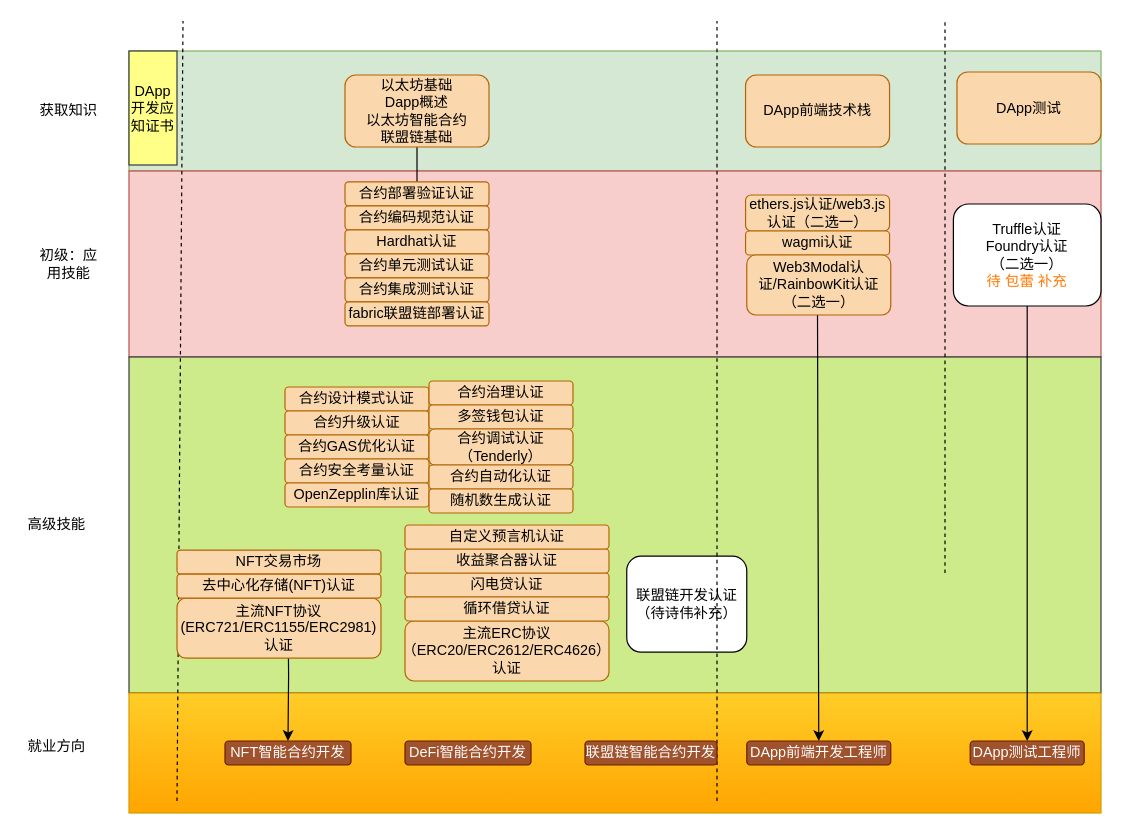
luuuuo/bid-master keeps this draw.io diagram as docs/Dapp_learning_roadmap.drawio. Above is the earlier version. Source tidied: cells renumbered, new cells numbered last; positions are measured from the earlier drawing's top-left corner, leaving out a move shared by most shapes. Both pictures are drawn from the tidied source at 120%, with x=0, y=0 at pixel (20, 20).
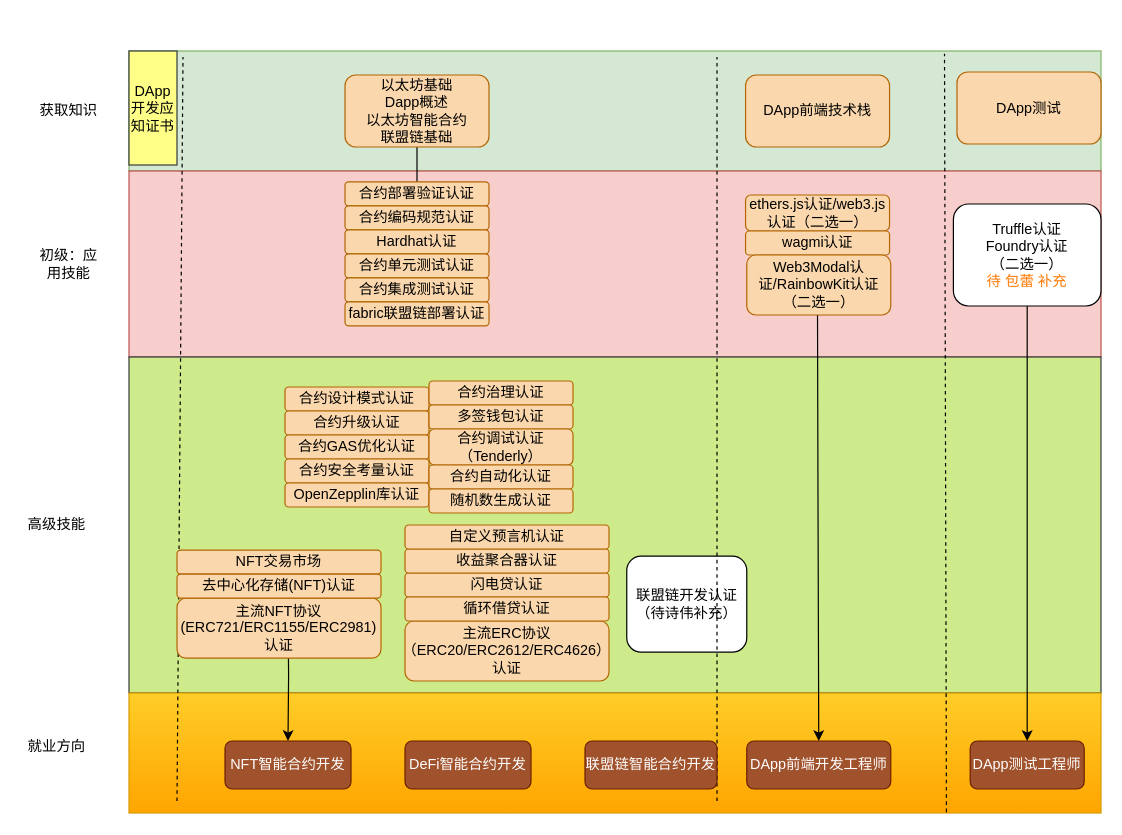
The same page after the edit.

The change refers to these unchanged cells:
```xml
<mxCell id="2" style="rounded=0;whiteSpace=wrap;html=1;fillColor=#d5e8d4;strokeColor=#82b366;" parent="1" vertex="1">
  <mxGeometry x="90" y="25" width="810" height="100" as="geometry" />
</mxCell>
<mxCell id="10" style="rounded=0;whiteSpace=wrap;html=1;fillColor=#ffcd28;strokeColor=#d79b00;gradientColor=#ffa500;" parent="1" vertex="1">
  <mxGeometry x="90" y="560" width="810" height="100" as="geometry" />
</mxCell>
```

The edit, as a diff of the source:
```diff
@@
     <mxCell id="12" value="DApp测试工程师" style="rounded=1;whiteSpace=wrap;html=1;fillColor=#a0522d;strokeColor=#6D1F00;fontColor=#ffffff;" parent="1" vertex="1">
-      <mxGeometry x="791" y="600" width="95" height="20" as="geometry" />
+      <mxGeometry x="791" y="600" width="95" height="40" as="geometry" />
     </mxCell>
@@
     <mxCell id="15" style="endArrow=none;dashed=1;html=1;rounded=0;" parent="1" edge="1">
       <mxGeometry relative="1" as="geometry">
         <mxPoint x="130" y="650" as="sourcePoint" />
-        <mxPoint x="135" as="targetPoint" />
+        <mxPoint x="135" y="30" as="targetPoint" />
       </mxGeometry>
     </mxCell>
     <mxCell id="16" style="endArrow=none;dashed=1;html=1;rounded=0;" parent="1" edge="1">
       <mxGeometry relative="1" as="geometry">
         <mxPoint x="580" y="650" as="sourcePoint" />
-        <mxPoint x="580" as="targetPoint" />
+        <mxPoint x="580" y="30" as="targetPoint" />
       </mxGeometry>
     </mxCell>
@@
-    <mxCell id="18" style="endArrow=none;dashed=1;html=1;rounded=0;" parent="1" edge="1">
-      <mxGeometry relative="1" as="geometry">
-        <mxPoint x="770" y="460" as="sourcePoint" />
-        <mxPoint x="770" as="targetPoint" />
-      </mxGeometry>
+    <mxCell id="18" style="endArrow=none;dashed=1;html=1;rounded=0;exitX=0.841;exitY=0.993;exitDx=0;exitDy=0;exitPerimeter=0;entryX=0.839;entryY=0.022;entryDx=0;entryDy=0;entryPerimeter=0;" parent="1" edge="1" source="10" target="2">
+      <mxGeometry relative="1" as="geometry" />
     </mxCell>
     <mxCell id="19" value="NFT智能合约开发" style="rounded=1;whiteSpace=wrap;html=1;fillColor=#a0522d;strokeColor=#6D1F00;fontColor=#ffffff;" parent="1" vertex="1">
-      <mxGeometry x="170" y="600" width="105" height="20" as="geometry" />
+      <mxGeometry x="170" y="600" width="105" height="40" as="geometry" />
     </mxCell>
     <mxCell id="20" value="DeFi智能合约开发" style="rounded=1;whiteSpace=wrap;html=1;fillColor=#a0522d;strokeColor=#6D1F00;fontColor=#ffffff;" parent="1" vertex="1">
-      <mxGeometry x="320" y="600" width="105" height="20" as="geometry" />
+      <mxGeometry x="320" y="600" width="105" height="40" as="geometry" />
     </mxCell>
     <mxCell id="21" value="联盟链智能合约开发" style="rounded=1;whiteSpace=wrap;html=1;fillColor=#a0522d;strokeColor=#6D1F00;fontColor=#ffffff;" parent="1" vertex="1">
-      <mxGeometry x="470" y="600" width="110" height="20" as="geometry" />
+      <mxGeometry x="470" y="600" width="110" height="40" as="geometry" />
     </mxCell>
     <mxCell id="22" value="DApp前端开发工程师" style="rounded=1;whiteSpace=wrap;html=1;fillColor=#a0522d;strokeColor=#6D1F00;fontColor=#ffffff;" parent="1" vertex="1">
-      <mxGeometry x="604.8" y="600" width="120" height="20" as="geometry" />
+      <mxGeometry x="604.8" y="600" width="120" height="40" as="geometry" />
     </mxCell>
```
